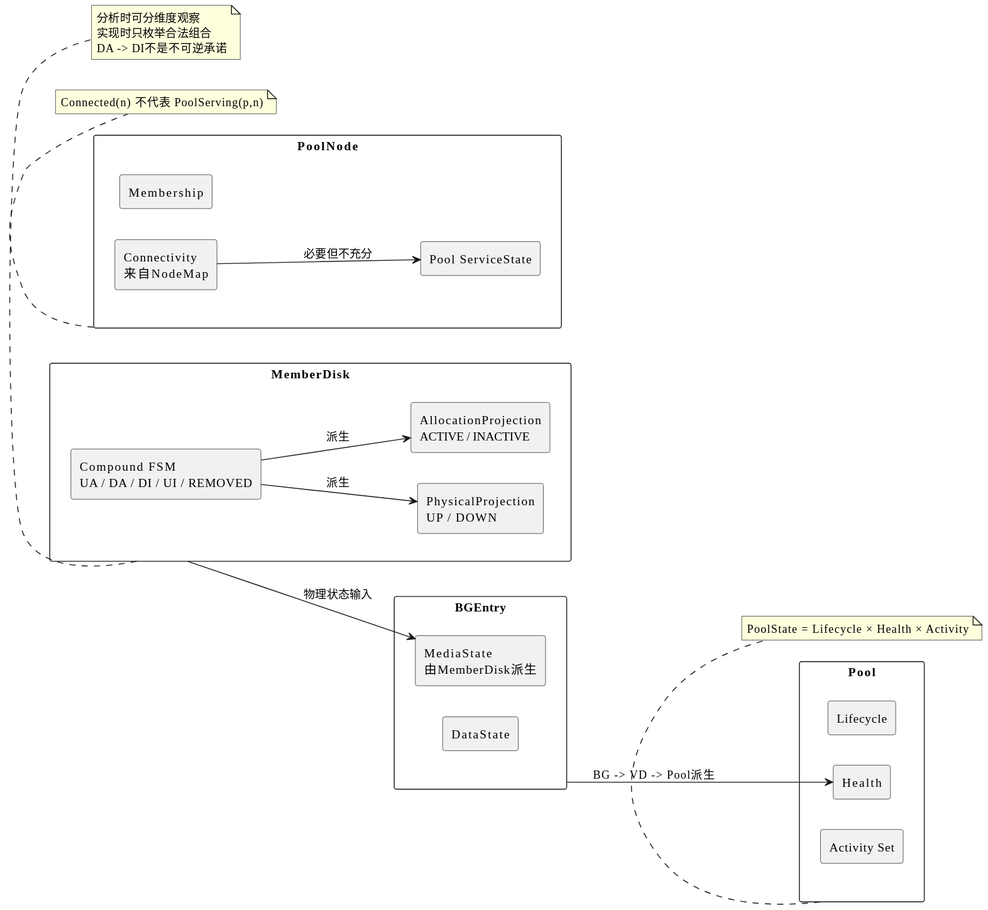
limushu/runtime keeps this PlantUML diagram as pool-control-plane-baseline/assets/state-dimensions.svg. Above is the earlier version. The source it was exported from:
```plantuml
@startuml
skinparam backgroundColor white
skinparam defaultFontName "Microsoft YaHei"
skinparam shadowing false
skinparam componentStyle rectangle
left to right direction

rectangle "Pool" as Pool {
  component Lifecycle
  component Health
  component "Activity Set" as Activity
}

rectangle "MemberDisk" as MD {
  component "Compound FSM\nUA / DA / DI / UI / REMOVED" as DiskState
  component "PhysicalProjection\nUP / DOWN" as PhysicalState
  component "AllocationProjection\nACTIVE / INACTIVE" as AllocationState
}

rectangle "PoolNode" as PN {
  component Membership
  component "Connectivity\n来自NodeMap" as Connectivity
  component "Pool ServiceState" as ServiceState
}

rectangle "BGEntry" as Entry {
  component "MediaState\n由MemberDisk派生" as MediaState
  component DataState
}

Entry --> Health : BG -> VD -> Pool派生
MD --> MediaState : 物理状态输入
DiskState --> PhysicalState : 派生
DiskState --> AllocationState : 派生
Connectivity --> ServiceState : 必要但不充分

note bottom of Pool
PoolState = Lifecycle × Health × Activity
end note

note bottom of PN
Connected(n) 不代表 PoolServing(p,n)
end note

note bottom of MD
分析时可分维度观察
实现时只枚举合法组合
DA -> DI不是不可逆承诺
end note
@enduml
```
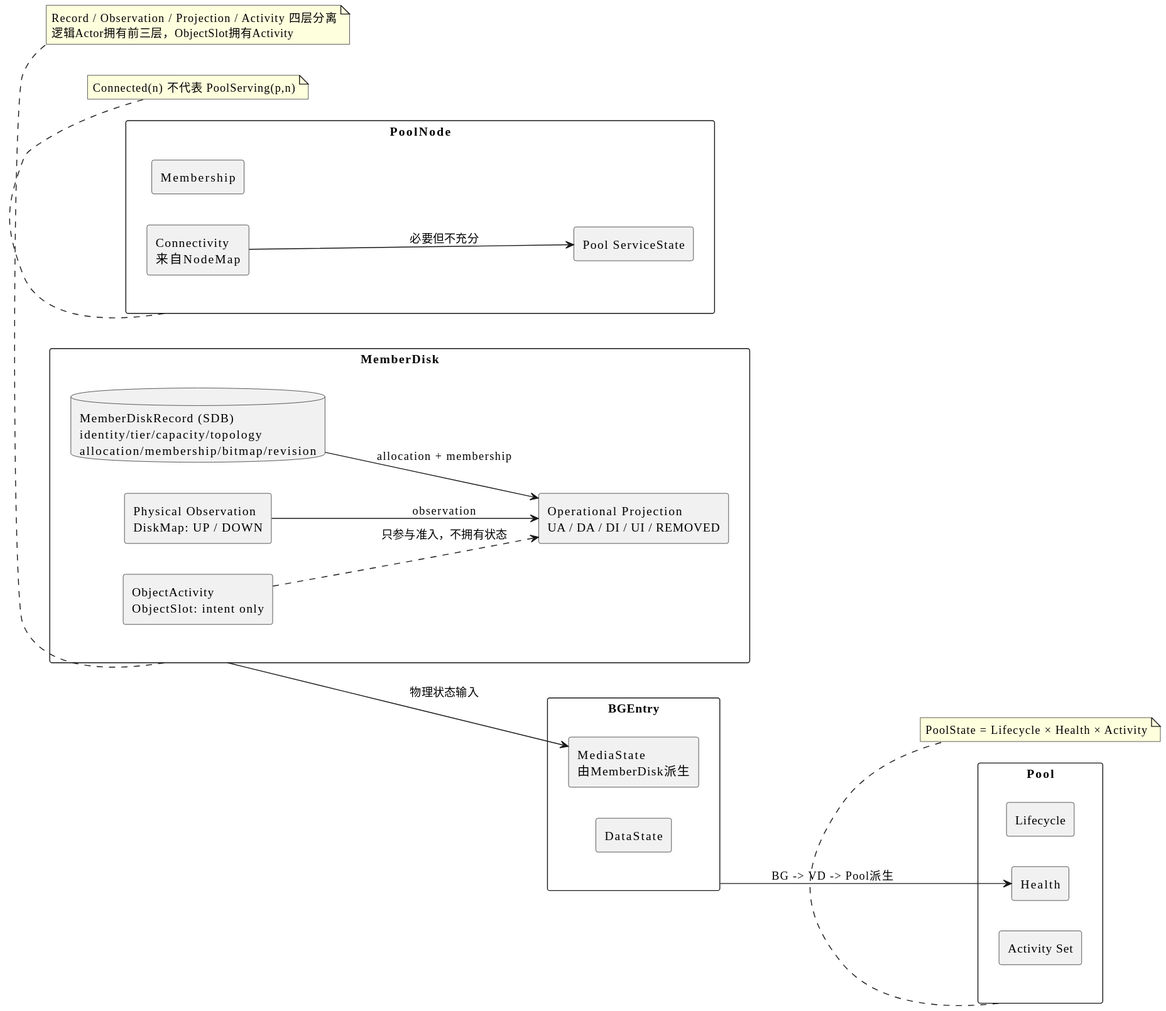
Above is the later version.

The edit, as a diff of the source:
```diff
@@ -12,9 +12,10 @@
 }
 
 rectangle "MemberDisk" as MD {
-  component "Compound FSM\nUA / DA / DI / UI / REMOVED" as DiskState
-  component "PhysicalProjection\nUP / DOWN" as PhysicalState
-  component "AllocationProjection\nACTIVE / INACTIVE" as AllocationState
+  database "MemberDiskRecord (SDB)\nidentity/tier/capacity/topology\nallocation/membership/bitmap/revision" as Record
+  component "Physical Observation\nDiskMap: UP / DOWN" as PhysicalState
+  component "Operational Projection\nUA / DA / DI / UI / REMOVED" as DiskState
+  component "ObjectActivity\nObjectSlot: intent only" as ObjectActivity
 }
 
 rectangle "PoolNode" as PN {
@@ -30,8 +31,9 @@
 
 Entry --> Health : BG -> VD -> Pool派生
 MD --> MediaState : 物理状态输入
-DiskState --> PhysicalState : 派生
-DiskState --> AllocationState : 派生
+Record --> DiskState : allocation + membership
+PhysicalState --> DiskState : observation
+ObjectActivity ..> DiskState : 只参与准入，不拥有状态
 Connectivity --> ServiceState : 必要但不充分
 
 note bottom of Pool
@@ -43,8 +45,7 @@
 end note
 
 note bottom of MD
-分析时可分维度观察
-实现时只枚举合法组合
-DA -> DI不是不可逆承诺
+Record / Observation / Projection / Activity 四层分离
+逻辑Actor拥有前三层，ObjectSlot拥有Activity
 end note
 @enduml
```
